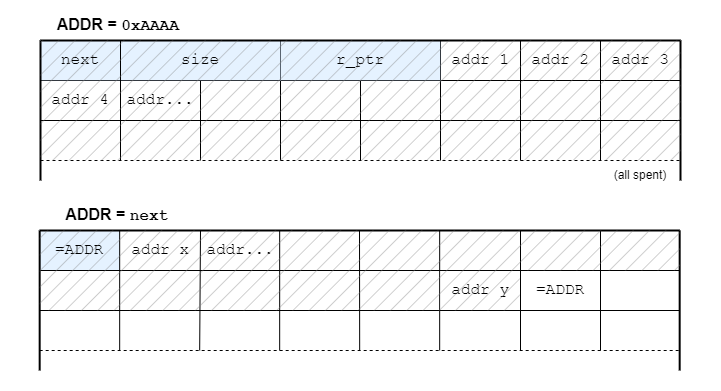
The draw.io diagram VirtualFileSystem_Description/TitleBlocks.png in pixelJedi/VirtualFileSystem, before a commit. Source tidied: cells renumbered, new cells last; positions are measured from the earlier drawing's top-left corner, leaving out a move shared by most shapes.
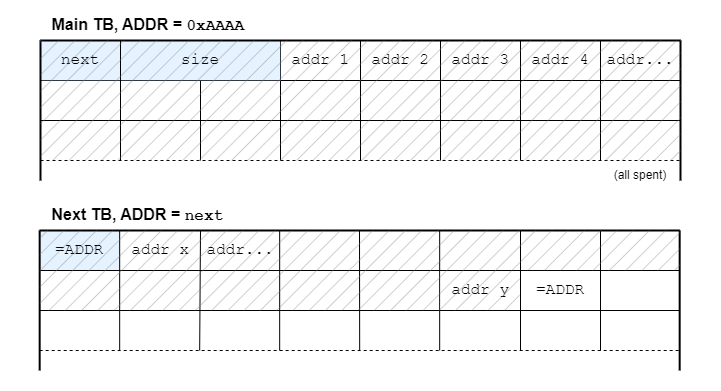
Above is the later version.

The edit, as a diff of the source:
```diff
@@ -5,8 +5,8 @@
     <mxCell id="2" style="rounded=0;whiteSpace=wrap;html=1;fontFamily=Courier New;fontSize=16;opacity=50;strokeColor=none;fillColor=none;" parent="1" vertex="1">
       <mxGeometry width="720" height="390" as="geometry" />
     </mxCell>
-    <mxCell id="3" value="ADDR = &lt;font face=&quot;Courier New&quot;&gt;0xAAAA&lt;/font&gt;&amp;nbsp;" style="text;html=1;strokeColor=none;fillColor=none;align=center;verticalAlign=middle;whiteSpace=wrap;rounded=0;fontSize=16;fontFamily=Helvetica;fontStyle=1;" parent="1" vertex="1">
-      <mxGeometry x="40" y="10" width="160" height="30" as="geometry" />
+    <mxCell id="3" value="Main TB, ADDR = &lt;font face=&quot;Courier New&quot;&gt;0xAAAA&lt;/font&gt;&amp;nbsp;" style="text;html=1;strokeColor=none;fillColor=none;align=center;verticalAlign=middle;whiteSpace=wrap;rounded=0;fontSize=16;fontFamily=Helvetica;fontStyle=1;" parent="1" vertex="1">
+      <mxGeometry x="40" y="10" width="220" height="30" as="geometry" />
     </mxCell>
     <mxCell id="4" style="group;" parent="1" vertex="1">
       <mxGeometry x="40" y="40" width="640" height="120" as="geometry" />
@@ -15,19 +15,19 @@
       <mxGeometry width="640" height="80" as="geometry" />
     </mxCell>
     <mxCell id="6" value="&lt;font style=&quot;font-size: 16px;&quot;&gt;addr&amp;nbsp;4&lt;/font&gt;" style="rounded=0;whiteSpace=wrap;html=1;strokeColor=none;fontSize=16;fontFamily=Courier New;" parent="5" vertex="1">
-      <mxGeometry y="40" width="80" height="40" as="geometry" />
+      <mxGeometry x="480" width="80" height="40" as="geometry" />
     </mxCell>
     <mxCell id="7" value="addr..." style="rounded=0;whiteSpace=wrap;html=1;strokeColor=none;fontSize=16;fontFamily=Courier New;" parent="5" vertex="1">
-      <mxGeometry x="80" y="40" width="80" height="40" as="geometry" />
+      <mxGeometry x="560" width="80" height="40" as="geometry" />
     </mxCell>
     <mxCell id="8" value="&lt;font style=&quot;font-size: 16px;&quot;&gt;addr&amp;nbsp;2&lt;/font&gt;" style="rounded=0;whiteSpace=wrap;html=1;strokeColor=none;fontSize=16;fontFamily=Courier New;" parent="5" vertex="1">
-      <mxGeometry x="480" width="80" height="40" as="geometry" />
+      <mxGeometry x="320" width="80" height="40" as="geometry" />
     </mxCell>
     <mxCell id="9" value="&lt;font style=&quot;font-size: 16px;&quot;&gt;addr&amp;nbsp;3&lt;/font&gt;" style="rounded=0;whiteSpace=wrap;html=1;strokeColor=none;fontSize=16;fontFamily=Courier New;" parent="5" vertex="1">
-      <mxGeometry x="560" width="80" height="40" as="geometry" />
+      <mxGeometry x="400" width="80" height="40" as="geometry" />
     </mxCell>
     <mxCell id="10" value="&lt;font style=&quot;font-size: 16px;&quot;&gt;addr 1&lt;/font&gt;" style="rounded=0;whiteSpace=wrap;html=1;strokeColor=none;fontSize=16;fontFamily=Courier New;" parent="5" vertex="1">
-      <mxGeometry x="400" width="80" height="40" as="geometry" />
+      <mxGeometry x="240" width="80" height="40" as="geometry" />
     </mxCell>
     <mxCell id="11" style="group;" parent="4" vertex="1">
       <mxGeometry width="640" height="120" as="geometry" />
@@ -68,7 +68,7 @@
     <mxCell id="18" style="endArrow=none;html=1;rounded=0;strokeWidth=1;" parent="12" edge="1">
       <mxGeometry relative="1" as="geometry">
         <mxPoint x="320" y="120" as="sourcePoint" />
-        <mxPoint x="320" y="40" as="targetPoint" />
+        <mxPoint x="320" as="targetPoint" />
       </mxGeometry>
     </mxCell>
     <mxCell id="19" style="endArrow=none;html=1;rounded=0;strokeWidth=1;" parent="12" edge="1">
@@ -95,9 +95,6 @@
     <mxCell id="23" value="&lt;font style=&quot;font-size: 16px;&quot;&gt;size&lt;/font&gt;" style="rounded=0;whiteSpace=wrap;html=1;strokeColor=none;fontSize=16;fontFamily=Courier New;fillColor=#CCE5FF;opacity=50;" parent="12" vertex="1">
       <mxGeometry x="80" width="160" height="40" as="geometry" />
     </mxCell>
-    <mxCell id="24" value="&lt;font style=&quot;font-size: 16px;&quot;&gt;r_ptr&lt;/font&gt;" style="rounded=0;whiteSpace=wrap;html=1;strokeColor=none;fontSize=16;fontFamily=Courier New;fillColor=#CCE5FF;opacity=50;" parent="12" vertex="1">
-      <mxGeometry x="240" width="160" height="40" as="geometry" />
-    </mxCell>
     <mxCell id="25" style="endArrow=none;html=1;rounded=0;strokeWidth=1;fontFamily=Helvetica;fontSize=16;" parent="11" edge="1">
       <mxGeometry relative="1" as="geometry">
         <mxPoint x="80" as="sourcePoint" />
@@ -128,8 +125,11 @@
     <mxCell id="30" value="(all spent)" style="text;html=1;strokeColor=none;fillColor=none;align=center;verticalAlign=middle;whiteSpace=wrap;rounded=0;fontSize=12;fontFamily=Helvetica;" parent="26" vertex="1">
       <mxGeometry x="560" y="120" width="80" height="30" as="geometry" />
     </mxCell>
+    <mxCell id="55" style="rounded=0;whiteSpace=wrap;html=1;fillStyle=hatch;fontFamily=Courier New;fontSize=16;fillColor=#808080;opacity=50;strokeColor=none;" parent="26" vertex="1">
+      <mxGeometry width="640" height="120" as="geometry" />
+    </mxCell>
-    <mxCell id="31" value="ADDR = &lt;font face=&quot;Courier New&quot;&gt;next&lt;/font&gt;&amp;nbsp;" style="text;html=1;strokeColor=none;fillColor=none;align=center;verticalAlign=middle;whiteSpace=wrap;rounded=0;fontSize=16;fontFamily=Helvetica;fontStyle=1;" parent="1" vertex="1">
-      <mxGeometry x="39.2" y="200" width="160" height="30" as="geometry" />
+    <mxCell id="31" value="Next TB, ADDR = &lt;font face=&quot;Courier New&quot;&gt;next&lt;/font&gt;&amp;nbsp;" style="text;html=1;strokeColor=none;fillColor=none;align=center;verticalAlign=middle;whiteSpace=wrap;rounded=0;fontSize=16;fontFamily=Helvetica;fontStyle=1;" parent="1" vertex="1">
+      <mxGeometry x="39.2" y="200" width="200.8" height="30" as="geometry" />
     </mxCell>
     <mxCell id="32" style="group;" parent="1" vertex="1">
       <mxGeometry x="39.2" y="230" width="640" height="120" as="geometry" />
@@ -239,9 +239,6 @@
         <mxPoint x="560.8" as="targetPoint" />
       </mxGeometry>
     </mxCell>
-    <mxCell id="55" style="rounded=0;whiteSpace=wrap;html=1;fillStyle=hatch;fontFamily=Courier New;fontSize=16;fillColor=#808080;opacity=50;strokeColor=none;" parent="1" vertex="1">
-      <mxGeometry x="40" y="40" width="640" height="120" as="geometry" />
-    </mxCell>
     <mxCell id="56" style="verticalLabelPosition=bottom;verticalAlign=top;html=1;shape=mxgraph.basic.polygon;polyCoords=[[0,0],[1,0],[1,0.5],[0.75,0.5],[0.75,1],[0.25,1],[0,1],[0,0.25]];polyline=0;fontFamily=Courier New;fontSize=16;fillColor=#808080;opacity=50;strokeColor=none;fillStyle=hatch;" parent="1" vertex="1">
       <mxGeometry x="39.2" y="230" width="640" height="80" as="geometry" />
     </mxCell>
```
